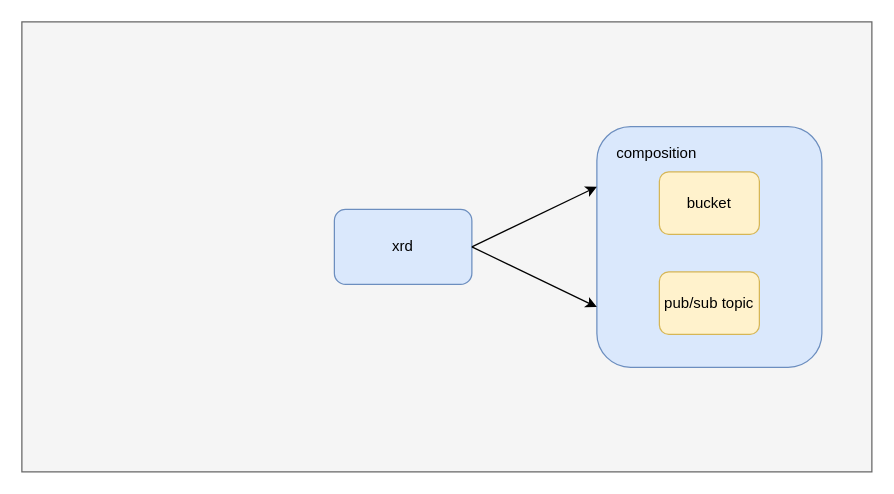
Earlier version of the draw.io diagram composition.drawio (YanshanSong/draw.io). Source tidied: cells renumbered, new cells numbered last; positions are measured from the earlier drawing's top-left corner, leaving out a move shared by most shapes. Both pictures are drawn from the tidied source at 125%, with x=0, y=0 at pixel (21, 21).
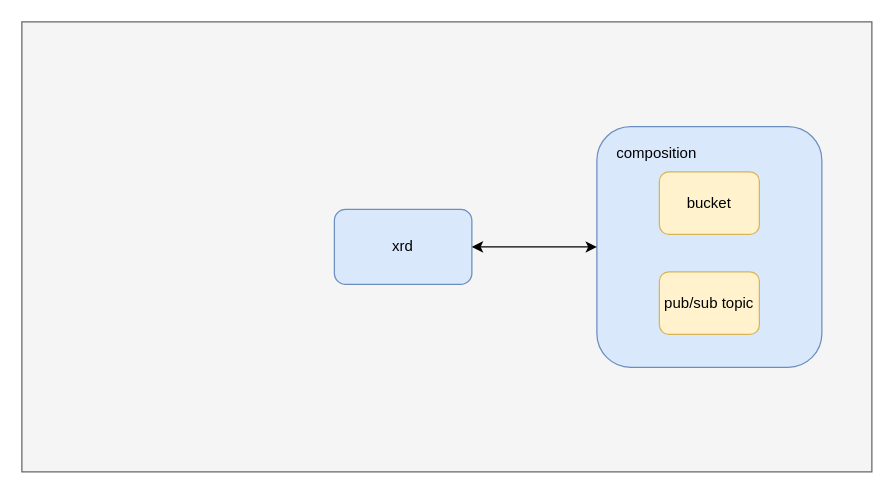
After the change.

Diff of the diagram source:
```diff
@@
 <mxGraphModel>
   <root>
     <mxCell id="0" />
     <mxCell id="1" parent="0" />
     <mxCell id="2" style="rounded=0;whiteSpace=wrap;html=1;fillColor=#f5f5f5;strokeColor=#666666;fontColor=#333333;" parent="1" vertex="1">
       <mxGeometry width="680" height="360" as="geometry" />
     </mxCell>
     <mxCell id="3" style="group;" parent="1" vertex="1">
       <mxGeometry x="460" y="83.8" width="180" height="192.5" as="geometry" />
     </mxCell>
     <mxCell id="4" value="&lt;span style=&quot;white-space: pre;&quot;&gt; &lt;/span&gt;&lt;span style=&quot;white-space: pre;&quot;&gt; &lt;/span&gt;" style="rounded=1;whiteSpace=wrap;html=1;fillColor=#dae8fc;strokeColor=#6c8ebf;align=left;" parent="3" vertex="1">
       <mxGeometry width="180" height="192.5" as="geometry" />
     </mxCell>
     <mxCell id="5" value="bucket" style="rounded=1;whiteSpace=wrap;html=1;fillColor=#fff2cc;strokeColor=#d6b656;" parent="3" vertex="1">
       <mxGeometry x="50" y="36.2" width="80" height="50" as="geometry" />
     </mxCell>
     <mxCell id="6" value="pub/sub topic" style="rounded=1;whiteSpace=wrap;html=1;fillColor=#fff2cc;strokeColor=#d6b656;" parent="3" vertex="1">
       <mxGeometry x="50" y="116.2" width="80" height="50" as="geometry" />
     </mxCell>
     <mxCell id="7" value="composition&lt;br&gt;" style="text;strokeColor=none;fillColor=none;align=left;verticalAlign=middle;spacingLeft=4;spacingRight=4;overflow=hidden;whiteSpace=wrap;html=1;" parent="3" vertex="1">
       <mxGeometry x="10" y="6.2" width="80" height="30" as="geometry" />
     </mxCell>
     <mxCell id="8" value="xrd" style="rounded=1;whiteSpace=wrap;html=1;fillColor=#dae8fc;strokeColor=#6c8ebf;" parent="1" vertex="1">
       <mxGeometry x="250" y="150" width="110" height="60" as="geometry" />
     </mxCell>
-    <mxCell id="9" style="endArrow=classic;html=1;rounded=0;exitX=1;exitY=0.5;exitDx=0;exitDy=0;entryX=0;entryY=0.25;entryDx=0;entryDy=0;" parent="1" edge="1" source="8" target="4">
-      <mxGeometry relative="1" as="geometry" />
-    </mxCell>
-    <mxCell id="10" style="endArrow=classic;html=1;rounded=0;exitX=1;exitY=0.5;exitDx=0;exitDy=0;entryX=0;entryY=0.75;entryDx=0;entryDy=0;" parent="1" edge="1" source="8" target="4">
-      <mxGeometry relative="1" as="geometry" />
-    </mxCell>
+    <mxCell id="11" style="endArrow=classic;startArrow=classic;html=1;rounded=0;entryX=0;entryY=0.5;entryDx=0;entryDy=0;exitX=1;exitY=0.5;exitDx=0;exitDy=0;" parent="1" edge="1" source="8" target="4">
+      <mxGeometry relative="1" as="geometry" />
+    </mxCell>
   </root>
 </mxGraphModel>
```
